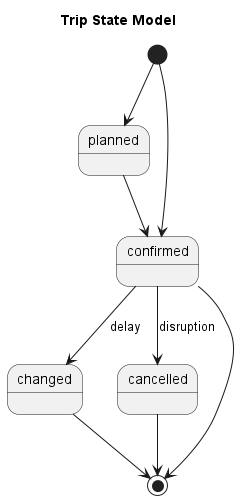
UnionInternationalCheminsdeFer/OSDM keeps this PlantUML diagram as images/models/trip-state-model.png. Above is the earlier version.
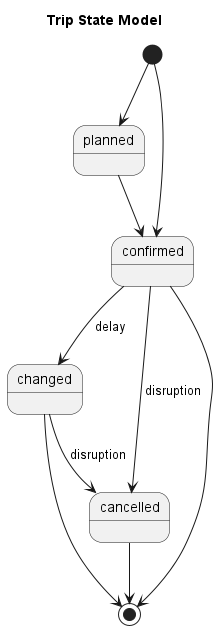
Above is the later version.

Commit message:
a trip can change state from "changed" to "cancelled"

What changed in the source:
```diff
@@ -9,6 +9,7 @@
 confirmed --> cancelled: disruption
 confirmed --> [*]
 cancelled --> [*]
+changed --> cancelled: disruption
 changed --> [*]
 
 @enduml
```
